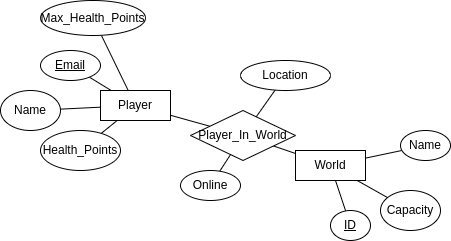
Earlier version of the draw.io export images/relent.png (MartinL97/Assignment-3). Source tidied: cells renumbered, new cells last; positions are measured from the earlier drawing's top-left corner, leaving out a move shared by most shapes.
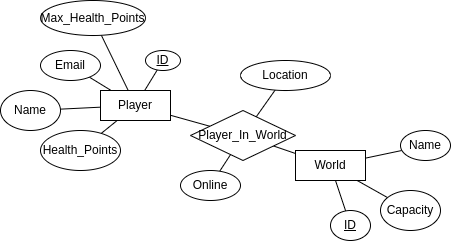
After the commit.

Commit message:
little change to sql tables

The edit, as a diff of the source:
```diff
@@ -14,7 +14,7 @@
     <mxCell id="5" style="rounded=0;jettySize=auto;html=1;endArrow=none;endFill=0;" parent="1" edge="1" source="6" target="4">
       <mxGeometry relative="1" as="geometry" />
     </mxCell>
-    <mxCell id="6" value="&lt;u&gt;Email&lt;/u&gt;" style="ellipse;whiteSpace=wrap;html=1;" parent="1" vertex="1">
+    <mxCell id="6" value="Email" style="ellipse;whiteSpace=wrap;html=1;" parent="1" vertex="1">
       <mxGeometry x="40" y="50" width="60" height="30" as="geometry" />
     </mxCell>
     <mxCell id="7" style="rounded=0;jettySize=auto;html=1;endArrow=none;endFill=0;" parent="1" edge="1" source="8" target="11">
@@ -71,5 +71,11 @@
     <mxCell id="24" value="Online" style="ellipse;whiteSpace=wrap;html=1;" parent="1" vertex="1">
       <mxGeometry x="180" y="170" width="60" height="30" as="geometry" />
     </mxCell>
+    <mxCell id="25" style="edgeStyle=none;rounded=0;jettySize=auto;html=1;endArrow=none;endFill=0;" parent="1" edge="1" source="26" target="4">
+      <mxGeometry relative="1" as="geometry" />
+    </mxCell>
+    <mxCell id="26" value="&lt;u&gt;ID&lt;/u&gt;" style="ellipse;whiteSpace=wrap;html=1;" parent="1" vertex="1">
+      <mxGeometry x="145" y="50" width="35" height="20" as="geometry" />
+    </mxCell>
   </root>
 </mxGraphModel>
```
